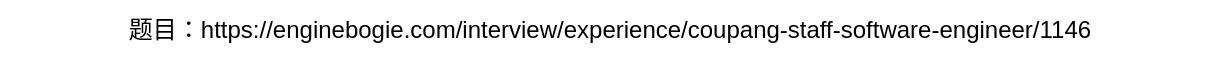
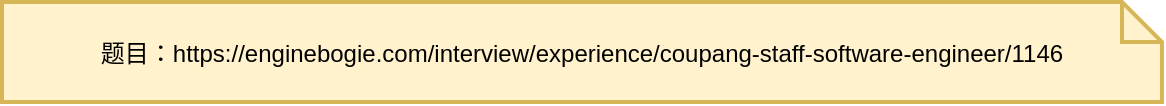
<mxfile host="app.diagrams.net" agent="Mozilla/5.0 (Windows NT 10.0; Win64; x64) AppleWebKit/537.36 (KHTML, like Gecko) draw.io/10.8.0 Chrome/73.0.3683.121 Electron/5.0.4 Safari/537.36">
  <diagram id="dw9DIYGoIQujjZgAUzOq" name="打车应用">
    <mxGraphModel dx="1347" dy="724" grid="1" gridSize="10" guides="1" tooltips="1" connect="1" arrows="1" fold="1" page="1" pageScale="1" pageWidth="1169" pageHeight="827" math="0" shadow="0">
      <root>
        <mxCell id="0" />
        <mxCell id="1" parent="0" />
-         <mxCell id="pT7SL0AU2GnrM4RqSykw-1" parent="1" style="text;html=1;whiteSpace=wrap;strokeColor=none;fillColor=none;align=center;verticalAlign=middle;rounded=0;" value="题目：https://enginebogie.com/interview/experience/coupang-staff-software-engineer/1146" vertex="1">
-           <mxGeometry height="30" width="610" x="180" y="140" as="geometry" />
+         <mxCell id="qZWEmjuA36gEhOPuAmIH-36" parent="1" style="shape=note;strokeWidth=2;fontSize=14;size=20;whiteSpace=wrap;html=1;fillColor=#fff2cc;strokeColor=#d6b656;fontColor=#666600;" value="&lt;span style=&quot;color: rgb(0, 0, 0); font-size: 12px;&quot;&gt;题目：https://enginebogie.com/interview/experience/coupang-staff-software-engineer/1146&lt;/span&gt;" vertex="1">
+           <mxGeometry height="50" width="580" x="240" y="20" as="geometry" />
        </mxCell>
      </root>
    </mxGraphModel>
  </diagram>
</mxfile>
